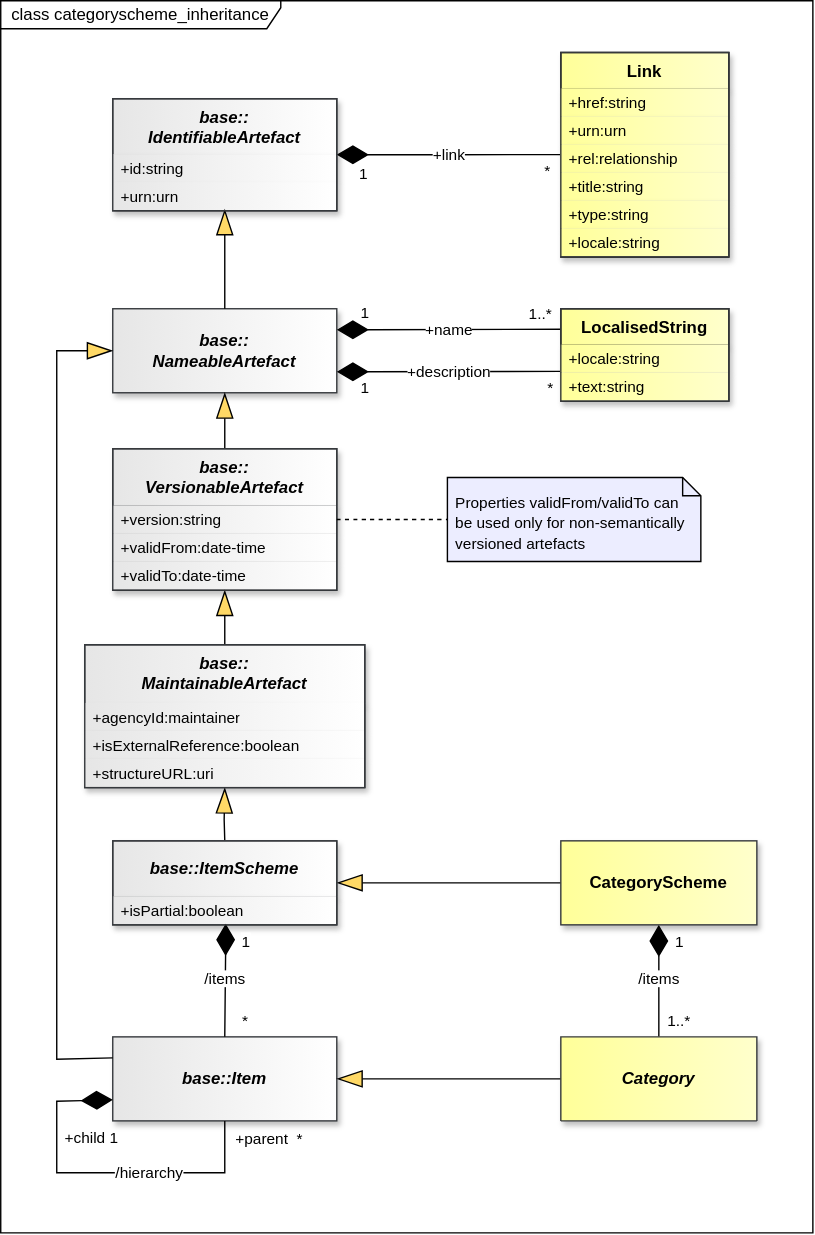
This is docs/information_model/media/sdmx_categoryscheme-categoryscheme_inheritance.svg from sdmx-twg/sdmx-im, a draw.io export, as it was before one commit. Source tidied: cells renumbered, new cells last; positions are measured from the earlier drawing's top-left corner, leaving out a move shared by most shapes.
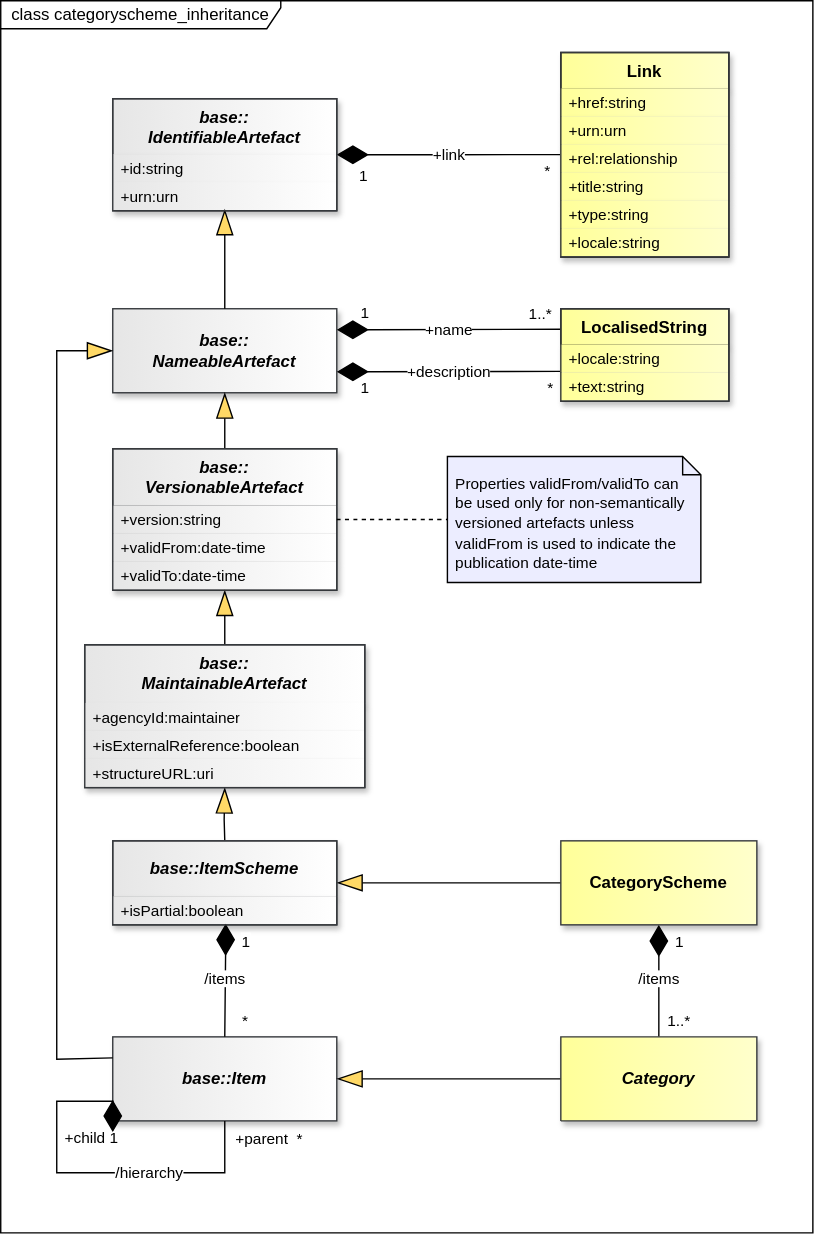
After the commit.

Diff of the diagram source:
```diff
@@ -231,10 +231,10 @@
       <mxGeometry x="80" y="70" width="160" height="80" as="geometry" />
     </mxCell>
     <mxCell id="65" style="shape=note2;size=13;html=1;fillColor=light-dark(#ECEDFF,#ECEDFF);shadow=0;fontColor=light-dark(#000000,#000000);strokeColor=light-dark(#000000,#000000);verticalAlign=top;" parent="1" vertex="1">
-      <mxGeometry x="319" y="340.5" width="181" height="60" as="geometry" />
+      <mxGeometry x="319" y="325.5" width="181" height="90" as="geometry" />
     </mxCell>
-    <mxCell id="66" value="&lt;div&gt;&lt;font&gt;&lt;span style=&quot;font-size: 11px;&quot;&gt;Properties&amp;nbsp;&lt;/span&gt;&lt;/font&gt;&lt;span style=&quot;background-color: transparent; font-size: 11px;&quot;&gt;validFrom/validTo can be used only for non-semantically versioned artefacts&lt;/span&gt;&lt;/div&gt;" style="text;html=1;strokeColor=none;fillColor=none;align=left;verticalAlign=middle;spacingLeft=4;spacingRight=4;overflow=hidden;points=[[0,0.5],[1,0.5]];portConstraint=eastwest;whiteSpace=wrap;labelBorderColor=none;spacingTop=8;fontColor=light-dark(#000000,#000000);spacingBottom=4;" parent="65" vertex="1">
-      <mxGeometry width="181" height="60" as="geometry" />
+    <mxCell id="66" value="&lt;div&gt;&lt;font&gt;&lt;span style=&quot;font-size: 11px;&quot;&gt;Properties&amp;nbsp;&lt;/span&gt;&lt;/font&gt;&lt;span style=&quot;background-color: transparent; font-size: 11px;&quot;&gt;validFrom/validTo can be used only for non-semantically versioned artefacts&amp;nbsp;&lt;/span&gt;&lt;span style=&quot;background-color: transparent; font-size: 11px;&quot;&gt;unless validFrom is used to indicate the publication date-time&lt;/span&gt;&lt;/div&gt;" style="text;html=1;strokeColor=none;fillColor=none;align=left;verticalAlign=middle;spacingLeft=4;spacingRight=4;overflow=hidden;points=[[0,0.5],[1,0.5]];portConstraint=eastwest;whiteSpace=wrap;labelBorderColor=none;spacingTop=8;fontColor=light-dark(#000000,#000000);spacingBottom=4;" parent="65" vertex="1">
+      <mxGeometry width="181" height="90" as="geometry" />
     </mxCell>
     <mxCell id="67" style="edgeStyle=none;curved=1;rounded=0;jettySize=auto;html=1;fontSize=12;startSize=8;endSize=8;entryX=0;entryY=0.5;entryDx=0;entryDy=0;endArrow=none;endFill=0;dashed=1;exitX=1;exitY=0.5;exitDx=0;exitDy=0;" parent="1" edge="1" source="61" target="66">
       <mxGeometry x="0.51" y="6.67" relative="1" as="geometry" />
```
